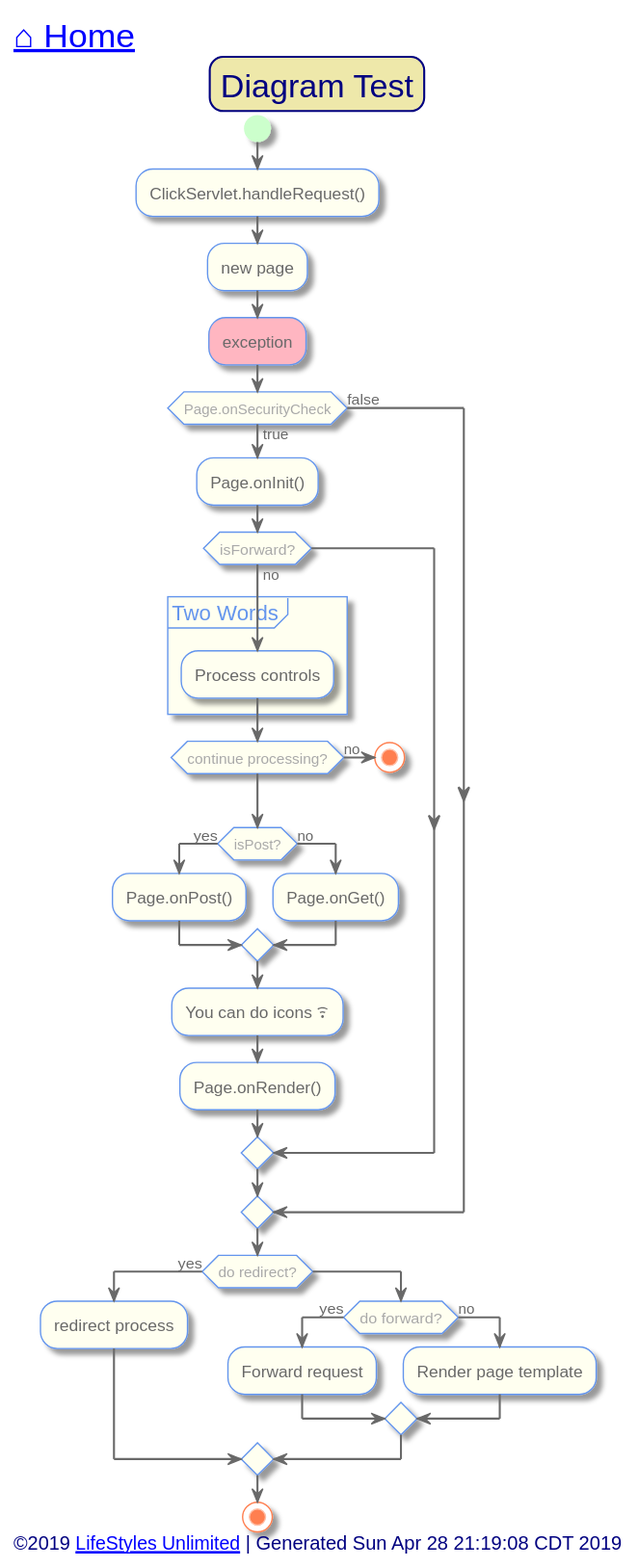
Before: out/src/test/diagram-test.svg, a diagram exported from PlantUML (toddmo/lifestylesunlimited).
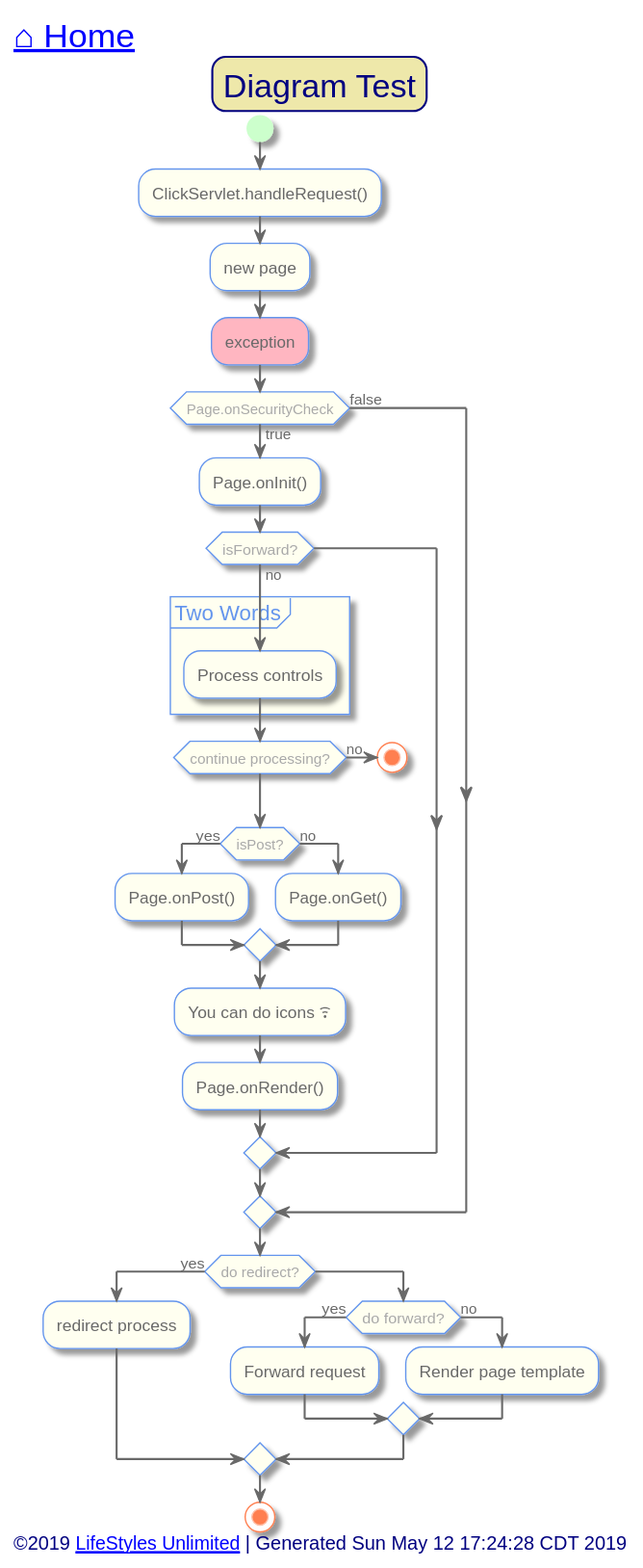
The same file after the commit.

What changed in the source:
```diff
@@ -125,7 +125,7 @@
 
 
 left footer
-	<font size=14>©2019 [[http://www.lifestylesunlimited.com LifeStyles Unlimited]] | Generated Sun Apr 28 21:19:08 CDT 2019</font>
+	<font size=14>©2019 [[http://www.lifestylesunlimited.com LifeStyles Unlimited]] | Generated Sun May 12 17:24:28 CDT 2019</font>
 endfooter
 
 
```
